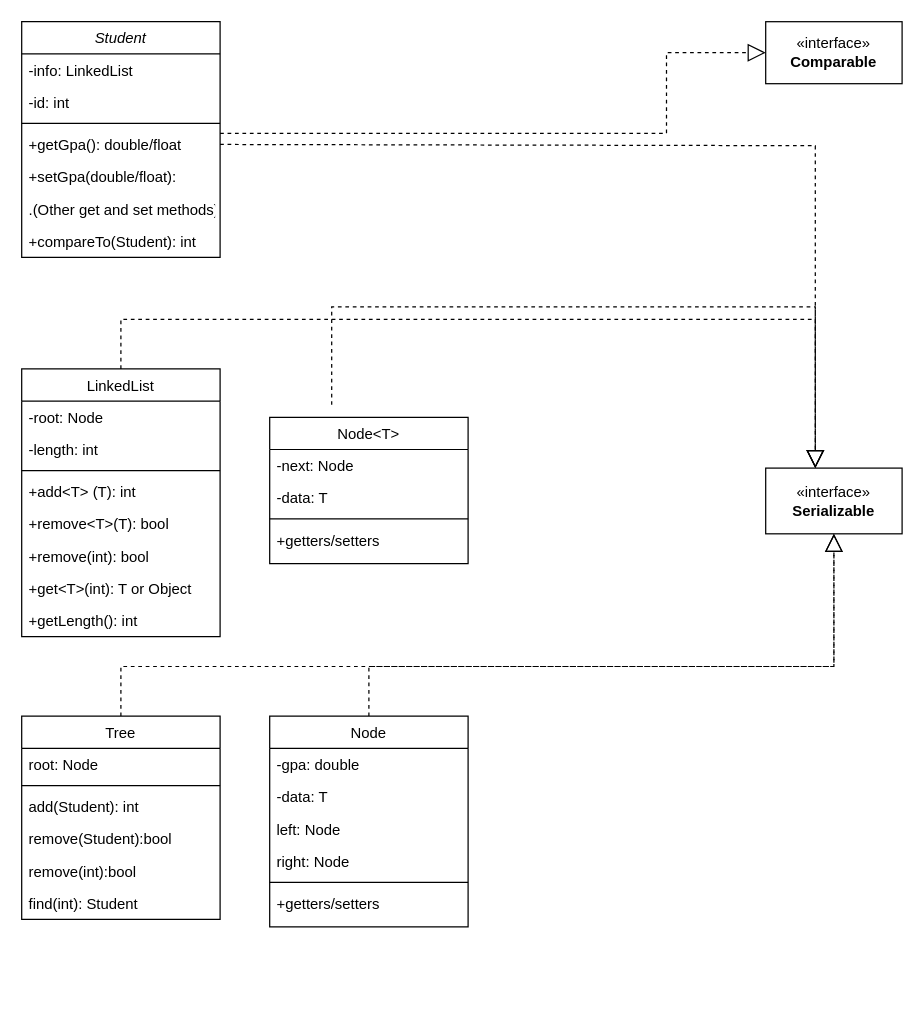
Above: DSA Project UML.drawio in Pearow/DSA-Project (draw.io), before the change. Source tidied: cells renumbered, new cells numbered last; positions are measured from the earlier drawing's top-left corner, leaving out a move shared by most shapes. Both pictures are drawn from the tidied source at 124%, with x=0, y=0 at pixel (21, 21).
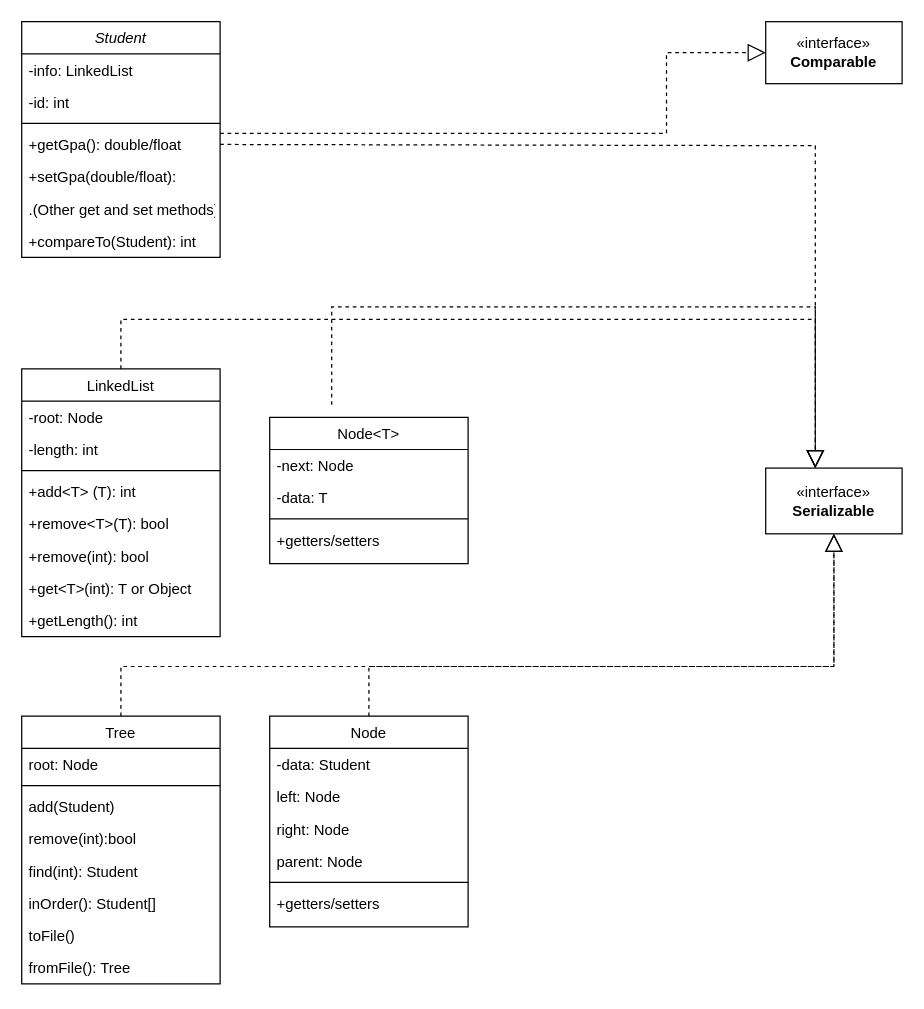
The same page after the edit.

Commit message:
Updating UML Diagram

The change refers to these unchanged cells:
```xml
<mxCell id="31" value="Node" style="swimlane;fontStyle=0;align=center;verticalAlign=top;horizontal=1;startSize=26;rounded=0;shadow=0;strokeWidth=1;" parent="1" vertex="1">
  <mxGeometry x="200" y="560" width="160" height="170" as="geometry" />
</mxCell>
```

Diff of the diagram source:
```diff
@@
     <mxCell id="24" value="Tree" style="swimlane;fontStyle=0;align=center;verticalAlign=top;horizontal=1;startSize=26;rounded=0;shadow=0;strokeWidth=1;" parent="1" vertex="1">
-      <mxGeometry y="560" width="160" height="164" as="geometry" />
+      <mxGeometry y="560" width="160" height="216" as="geometry" />
     </mxCell>
@@
-    <mxCell id="27" value="add(Student): int" style="text;align=left;verticalAlign=top;spacingLeft=4;spacingRight=4;overflow=hidden;" parent="24" vertex="1">
+    <mxCell id="27" value="add(Student)" style="text;align=left;verticalAlign=top;spacingLeft=4;spacingRight=4;overflow=hidden;" parent="24" vertex="1">
       <mxGeometry y="60" width="160" height="26" as="geometry" />
     </mxCell>
-    <mxCell id="28" value="remove(Student):bool" style="text;align=left;verticalAlign=top;spacingLeft=4;spacingRight=4;overflow=hidden;" parent="24" vertex="1">
-      <mxGeometry y="86" width="160" height="26" as="geometry" />
-    </mxCell>
     <mxCell id="29" value="remove(int):bool" style="text;align=left;verticalAlign=top;spacingLeft=4;spacingRight=4;overflow=hidden;" parent="24" vertex="1">
-      <mxGeometry y="112" width="160" height="26" as="geometry" />
+      <mxGeometry y="86" width="160" height="26" as="geometry" />
     </mxCell>
     <mxCell id="30" value="find(int): Student" style="text;align=left;verticalAlign=top;spacingLeft=4;spacingRight=4;overflow=hidden;" parent="24" vertex="1">
-      <mxGeometry y="138" width="160" height="26" as="geometry" />
+      <mxGeometry y="112" width="160" height="26" as="geometry" />
     </mxCell>
+    <mxCell id="46" value="inOrder(): Student[]" style="text;align=left;verticalAlign=top;spacingLeft=4;spacingRight=4;overflow=hidden;" parent="24" vertex="1">
+      <mxGeometry y="138" width="160" height="26" as="geometry" />
+    </mxCell>
+    <mxCell id="47" value="toFile()" style="text;align=left;verticalAlign=top;spacingLeft=4;spacingRight=4;overflow=hidden;" parent="24" vertex="1">
+      <mxGeometry y="164" width="160" height="26" as="geometry" />
+    </mxCell>
+    <mxCell id="48" value="fromFile(): Tree" style="text;align=left;verticalAlign=top;spacingLeft=4;spacingRight=4;overflow=hidden;" parent="24" vertex="1">
+      <mxGeometry y="190" width="160" height="26" as="geometry" />
+    </mxCell>
@@
-    <mxCell id="32" value="-gpa: double" style="text;align=left;verticalAlign=top;spacingLeft=4;spacingRight=4;overflow=hidden;" parent="31" vertex="1">
-      <mxGeometry y="26" width="160" height="26" as="geometry" />
-    </mxCell>
-    <mxCell id="33" value="-data: T" style="text;align=left;verticalAlign=top;spacingLeft=4;spacingRight=4;overflow=hidden;" parent="31" vertex="1">
-      <mxGeometry y="52" width="160" height="26" as="geometry" />
+    <mxCell id="33" value="-data: Student" style="text;align=left;verticalAlign=top;spacingLeft=4;spacingRight=4;overflow=hidden;" parent="31" vertex="1">
+      <mxGeometry y="26" width="160" height="26" as="geometry" />
     </mxCell>
     <mxCell id="34" value="left: Node" style="text;align=left;verticalAlign=top;spacingLeft=4;spacingRight=4;overflow=hidden;" parent="31" vertex="1">
-      <mxGeometry y="78" width="160" height="26" as="geometry" />
+      <mxGeometry y="52" width="160" height="26" as="geometry" />
     </mxCell>
     <mxCell id="35" value="right: Node" style="text;align=left;verticalAlign=top;spacingLeft=4;spacingRight=4;overflow=hidden;" parent="31" vertex="1">
-      <mxGeometry y="104" width="160" height="26" as="geometry" />
+      <mxGeometry y="78" width="160" height="26" as="geometry" />
     </mxCell>
+    <mxCell id="49" value="parent: Node" style="text;align=left;verticalAlign=top;spacingLeft=4;spacingRight=4;overflow=hidden;" parent="31" vertex="1">
+      <mxGeometry y="104" width="160" height="26" as="geometry" />
+    </mxCell>
```
